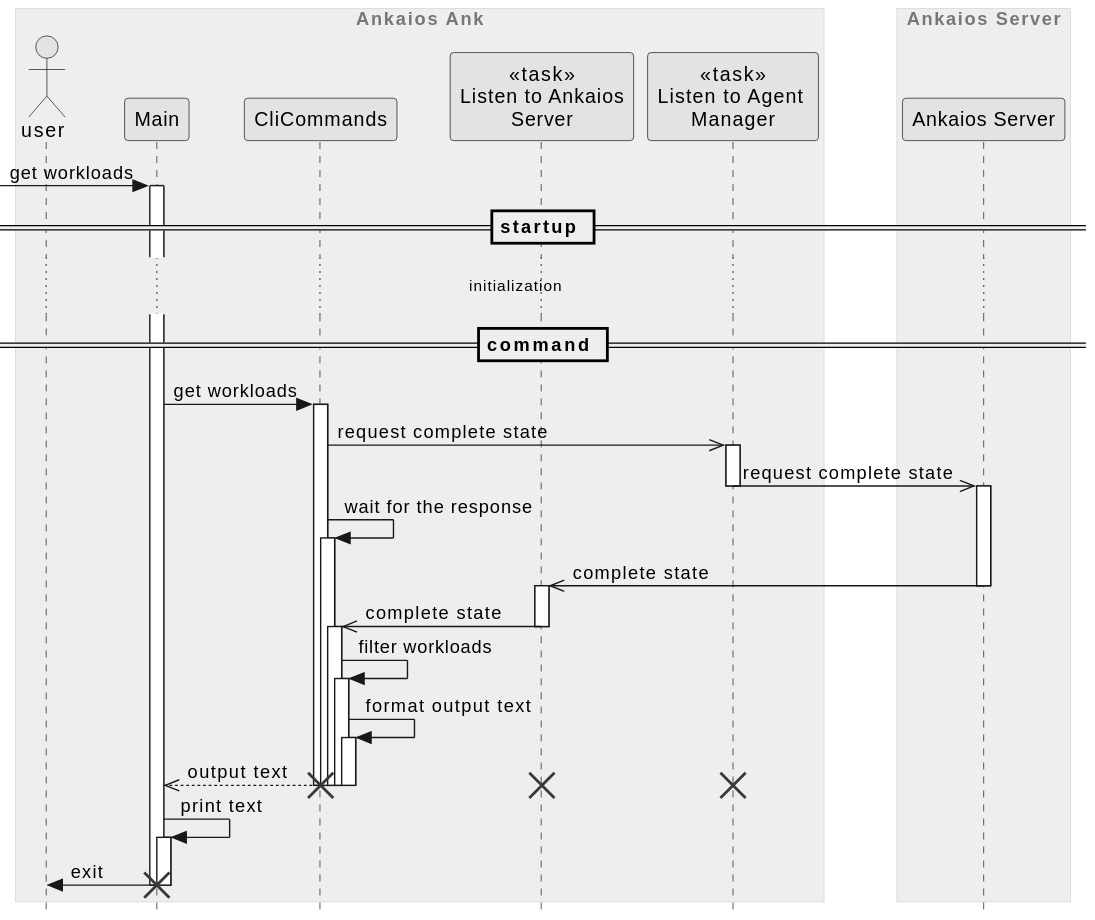
Above: ank/doc/swdesign/plantuml/seq_get_workload.svg in eclipse-ankaios/ankaios (PlantUML), before the change.
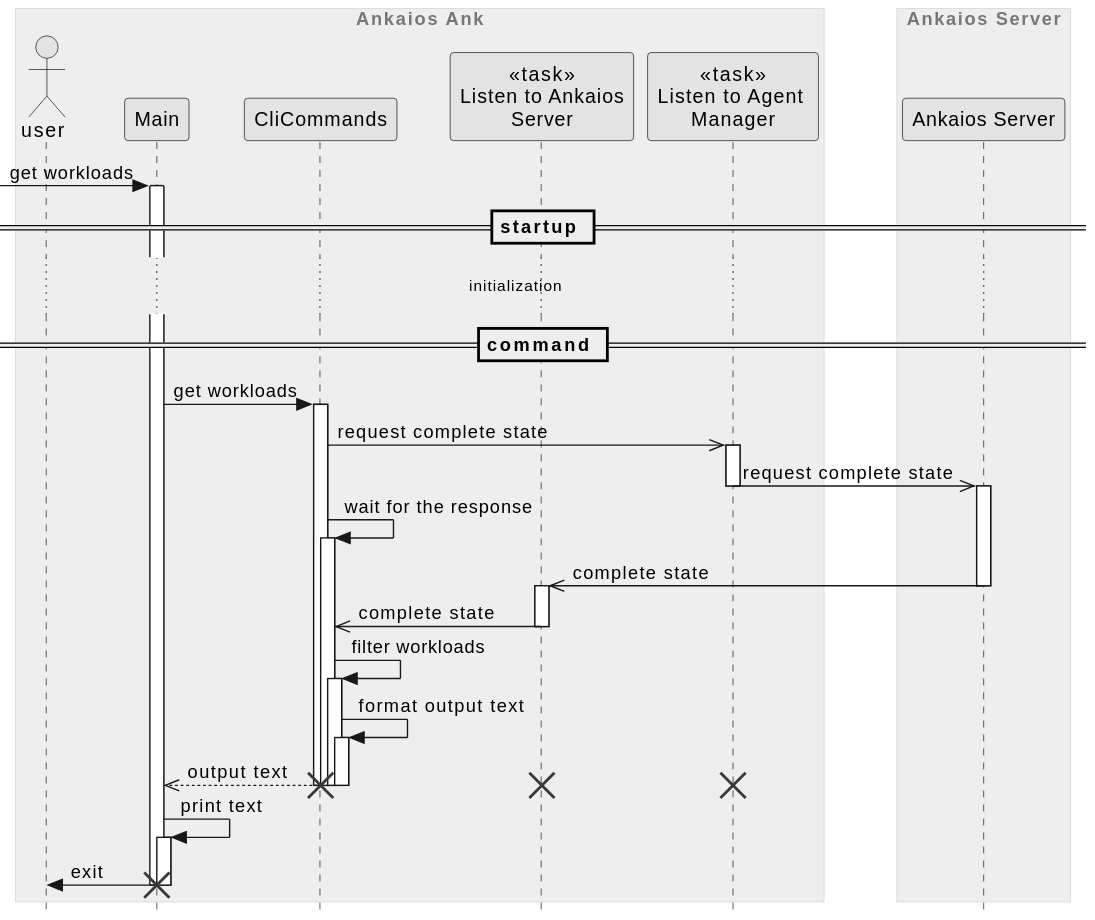
The same file after the commit.

The edit, as a diff of the source:
```diff
@@ -28,7 +28,7 @@
 cli_commands -> cli_commands ++: wait for the response
 
 listen_to_server <<- server --++: complete state
-listen_to_server ->> cli_commands --++: complete state
+listen_to_server ->> cli_commands --: complete state
 cli_commands -> cli_commands ++: filter workloads
 cli_commands -> cli_commands ++: format output text
 main <<-- cli_commands -- : output text
```
